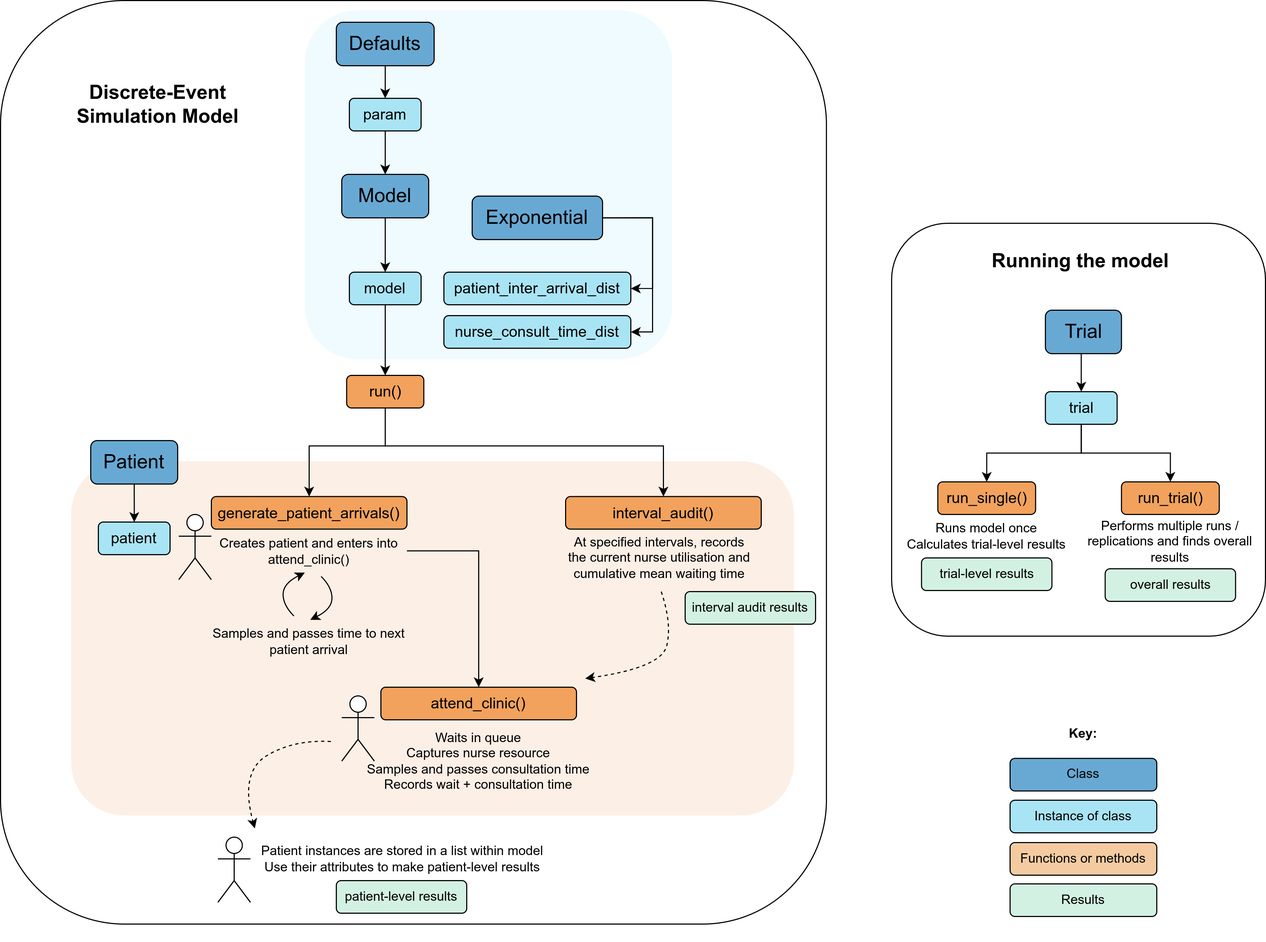
This is docs/assets/model_structure.png from pythonhealthdatascience/pydesrap_mms, a draw.io export, as it was before one commit. Source tidied: cells renumbered, new cells last; positions are measured from the earlier drawing's top-left corner, leaving out a move shared by most shapes.
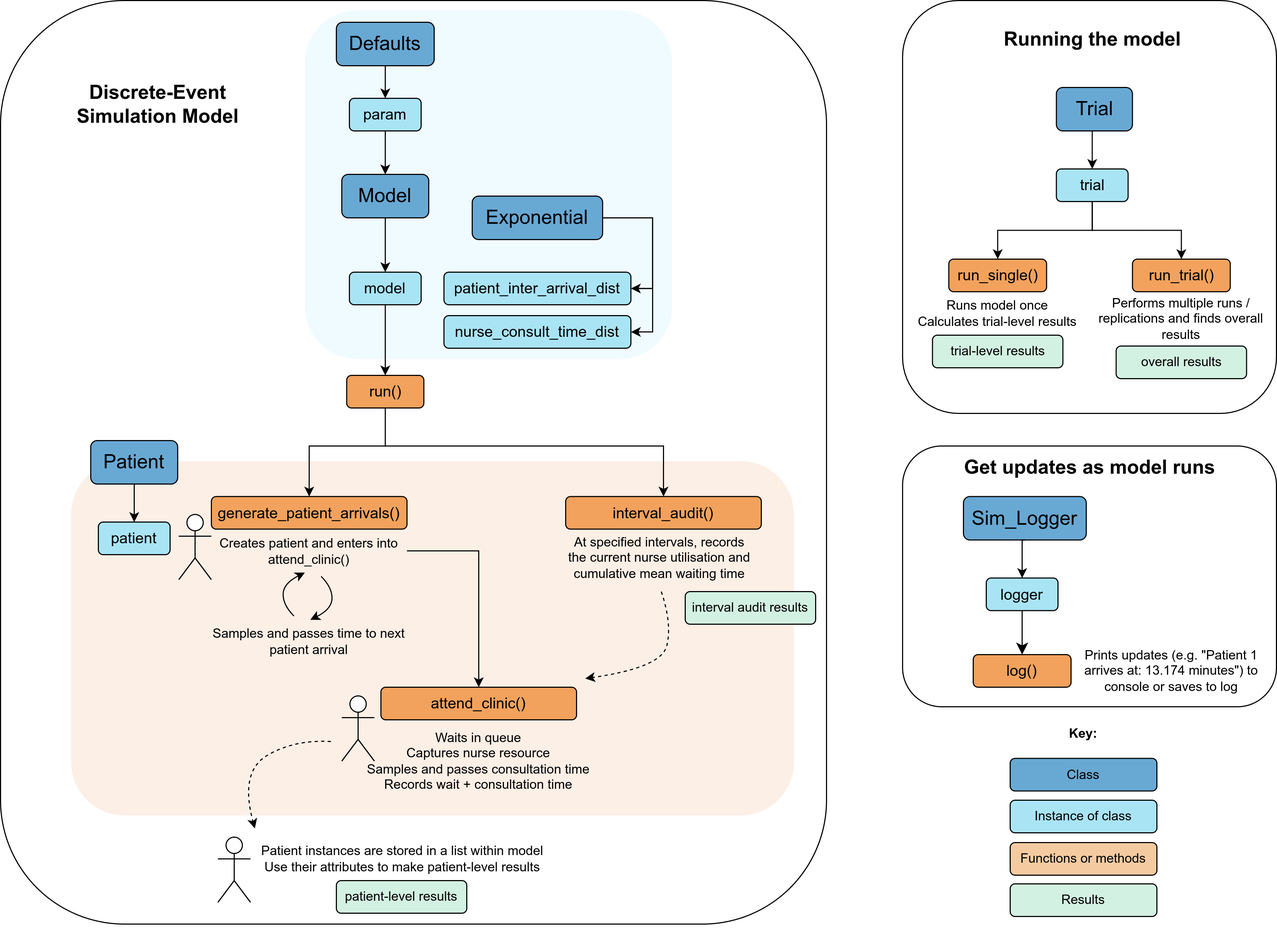
Above is the later version.

Commit message:
docs(model structure): add sim_logger to diagram

The edit, as a diff of the source:
```diff
@@ -3,7 +3,7 @@
     <mxCell id="0" />
     <mxCell id="1" parent="0" />
     <mxCell id="2" style="rounded=1;whiteSpace=wrap;html=1;fillColor=#FFFFFF;" parent="1" vertex="1">
-      <mxGeometry x="820" y="205" width="344" height="380" as="geometry" />
+      <mxGeometry x="830" width="344" height="380" as="geometry" />
     </mxCell>
     <mxCell id="3" style="rounded=1;whiteSpace=wrap;html=1;fillColor=#FFFFFF;" parent="1" vertex="1">
       <mxGeometry width="760" height="850" as="geometry" />
@@ -39,7 +39,7 @@
       <mxGeometry relative="1" as="geometry" />
     </mxCell>
     <mxCell id="14" value="&lt;font style=&quot;font-size: 18px;&quot;&gt;Trial&lt;/font&gt;" style="rounded=1;whiteSpace=wrap;html=1;fillColor=#68A9D4;" parent="1" vertex="1">
-      <mxGeometry x="961.5" y="285" width="70" height="40" as="geometry" />
+      <mxGeometry x="971.5" y="80" width="70" height="40" as="geometry" />
     </mxCell>
     <mxCell id="15" style="edgeStyle=orthogonalEdgeStyle;rounded=0;jettySize=auto;html=1;exitX=0.5;exitY=1;exitDx=0;exitDy=0;entryX=0.5;entryY=0;entryDx=0;entryDy=0;" parent="1" edge="1" source="16" target="12">
       <mxGeometry relative="1" as="geometry" />
@@ -128,7 +128,7 @@
       <mxGeometry relative="1" as="geometry" />
     </mxCell>
     <mxCell id="38" value="&lt;font style=&quot;font-size: 14px;&quot;&gt;trial&lt;/font&gt;" style="rounded=1;whiteSpace=wrap;html=1;fillColor=#A9E4F5;" parent="1" vertex="1">
-      <mxGeometry x="961.5" y="360" width="66" height="30" as="geometry" />
+      <mxGeometry x="971.5" y="155" width="66" height="30" as="geometry" />
     </mxCell>
     <mxCell id="39" value="&lt;font style=&quot;font-size: 14px;&quot;&gt;patient&lt;/font&gt;" style="rounded=1;whiteSpace=wrap;html=1;fillColor=#A9E4F5;" parent="1" vertex="1">
       <mxGeometry x="90" y="480" width="66" height="30" as="geometry" />
@@ -140,13 +140,13 @@
       <mxGeometry x="408" y="290" width="172" height="30" as="geometry" />
     </mxCell>
     <mxCell id="42" value="&lt;font style=&quot;font-size: 14px;&quot;&gt;run_single()&lt;/font&gt;" style="rounded=1;whiteSpace=wrap;html=1;fillColor=#F2A25C;" parent="1" vertex="1">
-      <mxGeometry x="862.5" y="443" width="90" height="30" as="geometry" />
+      <mxGeometry x="872.5" y="238" width="90" height="30" as="geometry" />
     </mxCell>
     <mxCell id="43" value="&lt;font style=&quot;font-size: 14px;&quot;&gt;run_trial()&lt;/font&gt;" style="rounded=1;whiteSpace=wrap;html=1;fillColor=#F2A25C;" parent="1" vertex="1">
-      <mxGeometry x="1031.5" y="443" width="90" height="30" as="geometry" />
+      <mxGeometry x="1041.5" y="238" width="90" height="30" as="geometry" />
     </mxCell>
     <mxCell id="44" value="Runs model once&lt;div&gt;Calculates trial-level results&lt;/div&gt;" style="text;html=1;align=center;verticalAlign=middle;whiteSpace=wrap;rounded=0;" parent="1" vertex="1">
-      <mxGeometry x="820" y="473" width="175" height="40" as="geometry" />
+      <mxGeometry x="830" y="268" width="175" height="40" as="geometry" />
     </mxCell>
     <mxCell id="45" value="patient-level results" style="rounded=1;whiteSpace=wrap;html=1;fillColor=#D3F1E2;" parent="1" vertex="1">
       <mxGeometry x="309" y="810" width="120" height="30" as="geometry" />
@@ -155,13 +155,13 @@
       <mxGeometry x="630" y="544" width="120" height="30" as="geometry" />
     </mxCell>
     <mxCell id="47" value="trial-level results" style="rounded=1;whiteSpace=wrap;html=1;fillColor=#D3F1E2;" parent="1" vertex="1">
-      <mxGeometry x="847.5" y="513" width="120" height="30" as="geometry" />
+      <mxGeometry x="857.5" y="308" width="120" height="30" as="geometry" />
     </mxCell>
     <mxCell id="48" value="overall results" style="rounded=1;whiteSpace=wrap;html=1;fillColor=#D3F1E2;" parent="1" vertex="1">
-      <mxGeometry x="1016.5" y="523" width="120" height="30" as="geometry" />
+      <mxGeometry x="1026.5" y="318" width="120" height="30" as="geometry" />
     </mxCell>
     <mxCell id="49" value="Performs multiple runs / replications and finds overall results" style="text;html=1;align=center;verticalAlign=middle;whiteSpace=wrap;rounded=0;" parent="1" vertex="1">
-      <mxGeometry x="989" y="478" width="175" height="40" as="geometry" />
+      <mxGeometry x="999" y="273" width="175" height="40" as="geometry" />
     </mxCell>
     <mxCell id="50" value="At specified intervals, records the current nurse utilisation and cumulative mean waiting time" style="text;html=1;align=center;verticalAlign=middle;whiteSpace=wrap;rounded=0;" parent="1" vertex="1">
       <mxGeometry x="519" y="493" width="175" height="40" as="geometry" />
@@ -218,7 +218,33 @@
       <mxGeometry x="50" y="60" width="190" height="71" as="geometry" />
     </mxCell>
     <mxCell id="61" value="&lt;font style=&quot;font-size: 18px;&quot;&gt;Running the model&lt;/font&gt;" style="text;html=1;align=center;verticalAlign=middle;whiteSpace=wrap;rounded=0;fontStyle=1;" parent="1" vertex="1">
-      <mxGeometry x="899.5" y="225" width="190" height="31" as="geometry" />
+      <mxGeometry x="909.5" y="20" width="190" height="31" as="geometry" />
     </mxCell>
+    <mxCell id="62" style="rounded=1;whiteSpace=wrap;html=1;fillColor=#FFFFFF;" parent="1" vertex="1">
+      <mxGeometry x="830" y="410" width="344" height="240" as="geometry" />
+    </mxCell>
+    <mxCell id="63" value="&lt;span style=&quot;font-size: 18px;&quot;&gt;Get updates as model runs&lt;/span&gt;" style="text;html=1;align=center;verticalAlign=middle;whiteSpace=wrap;rounded=0;fontStyle=1;" parent="1" vertex="1">
+      <mxGeometry x="853.5" y="414" width="297" height="31" as="geometry" />
+    </mxCell>
+    <mxCell id="64" value="&lt;font style=&quot;font-size: 18px;&quot;&gt;Sim_Logger&lt;/font&gt;" style="rounded=1;whiteSpace=wrap;html=1;fillColor=#68A9D4;" parent="1" vertex="1">
+      <mxGeometry x="886" y="456.5" width="113" height="40" as="geometry" />
+    </mxCell>
+    <mxCell id="65" style="edgeStyle=orthogonalEdgeStyle;rounded=0;jettySize=auto;html=1;exitX=0.5;exitY=1;exitDx=0;exitDy=0;entryX=0.5;entryY=0;entryDx=0;entryDy=0;" parent="1" edge="1" target="67">
+      <mxGeometry relative="1" as="geometry">
+        <mxPoint x="942.5" y="496.5" as="sourcePoint" />
+      </mxGeometry>
+    </mxCell>
+    <mxCell id="66" style="edgeStyle=none;curved=1;rounded=0;jettySize=auto;html=1;exitX=0.5;exitY=1;exitDx=0;exitDy=0;fontSize=12;startSize=8;endSize=8;" parent="1" edge="1" source="67" target="68">
+      <mxGeometry relative="1" as="geometry" />
+    </mxCell>
+    <mxCell id="67" value="&lt;font style=&quot;font-size: 14px;&quot;&gt;logger&lt;/font&gt;" style="rounded=1;whiteSpace=wrap;html=1;fillColor=#A9E4F5;" parent="1" vertex="1">
+      <mxGeometry x="907" y="531.5" width="66" height="30" as="geometry" />
+    </mxCell>
+    <mxCell id="68" value="&lt;font style=&quot;font-size: 14px;&quot;&gt;log()&lt;/font&gt;" style="rounded=1;whiteSpace=wrap;html=1;fillColor=#F2A25C;" parent="1" vertex="1">
+      <mxGeometry x="895" y="602" width="90" height="30" as="geometry" />
+    </mxCell>
+    <mxCell id="69" value="Prints updates&amp;nbsp;&lt;span style=&quot;background-color: transparent; color: light-dark(rgb(0, 0, 0), rgb(255, 255, 255));&quot;&gt;(e.g. &quot;Patient 1 arrives at: 13.174 minutes&quot;) to console or saves to log&lt;/span&gt;" style="text;html=1;align=center;verticalAlign=middle;whiteSpace=wrap;rounded=0;" parent="1" vertex="1">
+      <mxGeometry x="985" y="597" width="185" height="40" as="geometry" />
+    </mxCell>
   </root>
 </mxGraphModel>
```
